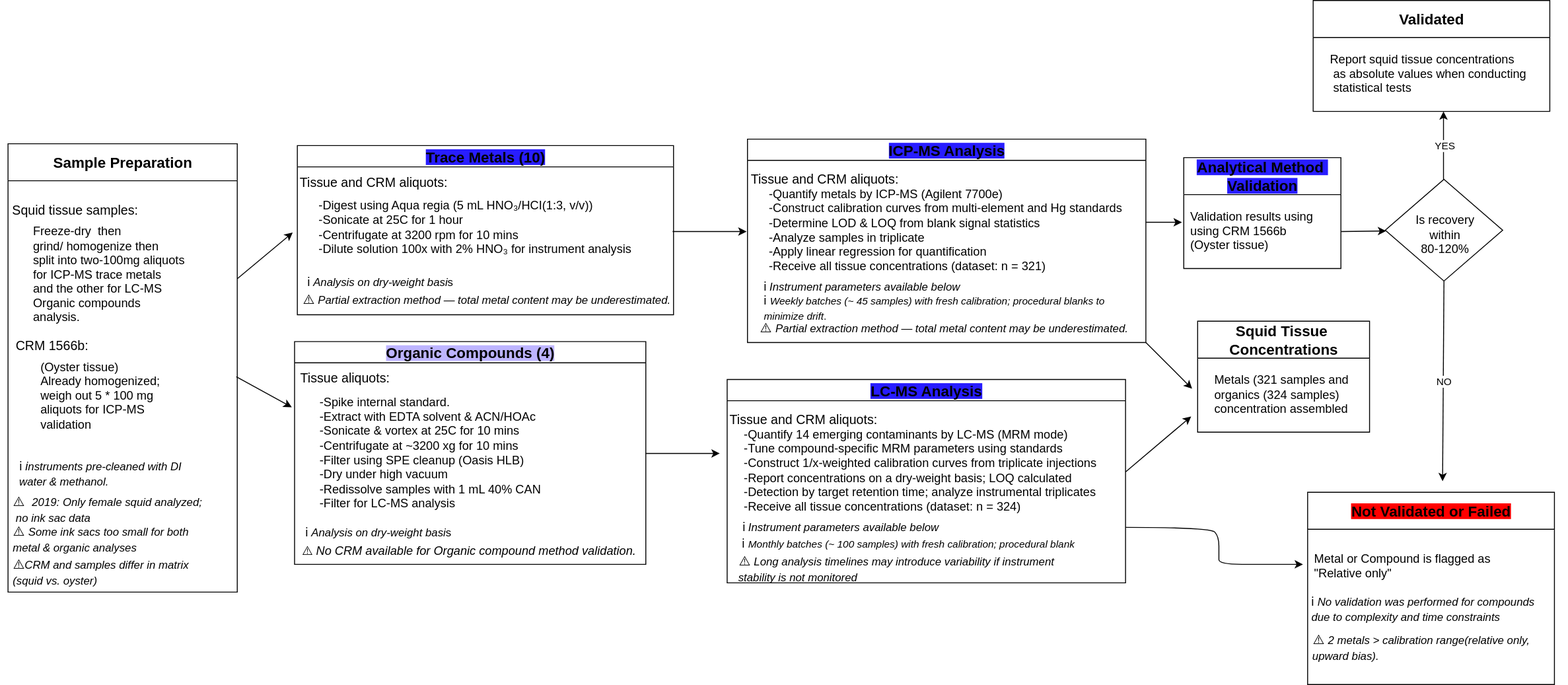
The draw.io diagram docs/Analytical_flowchart.svg in Euchie23/SquidStack, before a commit. Source tidied: cells renumbered, new cells last; positions are measured from the earlier drawing's top-left corner, leaving out a move shared by most shapes.
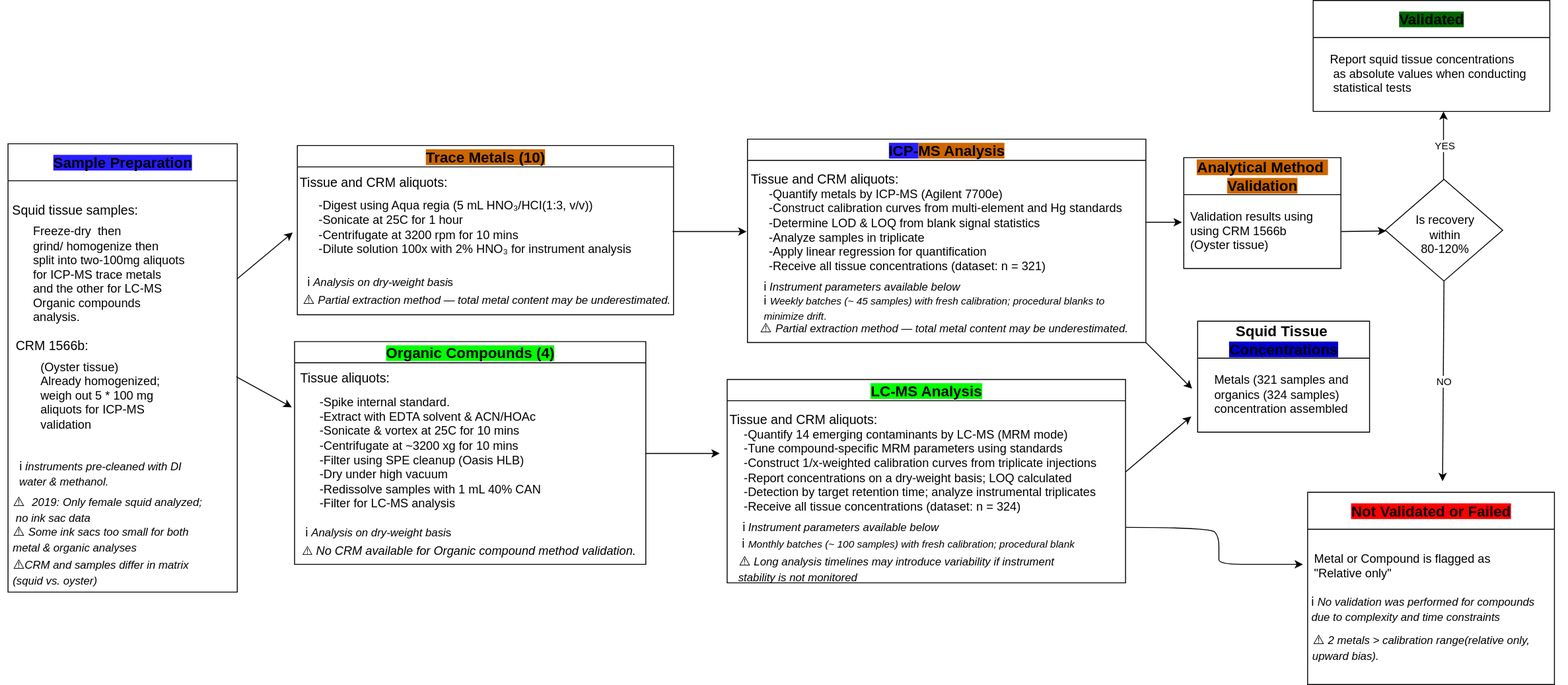
Later version of the same file.

Commit message:
Uploading new Analytical flowchart

What changed in the source:
```diff
@@ -2,7 +2,7 @@
   <root>
     <mxCell id="0" />
     <mxCell id="1" parent="0" />
-    <mxCell id="2" value="&lt;font style=&quot;background-color: light-dark(rgb(255, 255, 255), rgb(40, 29, 255)); font-size: 16px;&quot;&gt;Sample Preparation&lt;/font&gt;" style="swimlane;whiteSpace=wrap;html=1;startSize=40;" parent="1" vertex="1">
+    <mxCell id="2" value="&lt;font style=&quot;font-size: 16px; background-color: light-dark(rgb(40, 29, 255), rgb(40, 29, 255));&quot;&gt;Sample Preparation&lt;/font&gt;" style="swimlane;whiteSpace=wrap;html=1;startSize=40;" parent="1" vertex="1">
       <mxGeometry x="8" y="155" width="248" height="485" as="geometry" />
     </mxCell>
     <mxCell id="3" value="&lt;font&gt;Squid tissue samples:&lt;/font&gt;" style="text;html=1;align=center;verticalAlign=middle;strokeColor=none;fillColor=none;fontSize=14;" parent="2" vertex="1">
@@ -32,7 +32,7 @@
         <mxPoint x="315" y="440" as="targetPoint" />
       </mxGeometry>
     </mxCell>
-    <mxCell id="10" value="&lt;span style=&quot;font-size: 16px; background-color: light-dark(rgb(40, 29, 255), rgb(204, 102, 0));&quot;&gt;Trace Metals (10)&lt;/span&gt;" style="swimlane;whiteSpace=wrap;html=1;" parent="1" vertex="1">
+    <mxCell id="10" value="&lt;span style=&quot;font-size: 16px; background-color: light-dark(rgb(204, 102, 0), rgb(204, 102, 0));&quot;&gt;Trace Metals (10)&lt;/span&gt;" style="swimlane;whiteSpace=wrap;html=1;" parent="1" vertex="1">
       <mxGeometry x="321" y="157" width="407" height="183" as="geometry" />
     </mxCell>
     <mxCell id="11" value="-Digest using Aqua regia (5 mL HNO₃&lt;span style=&quot;background-color: transparent; color: light-dark(rgb(0, 0, 0), rgb(255, 255, 255));&quot;&gt;/HCI(1:3, v/v))&lt;/span&gt;&lt;div&gt;&lt;span style=&quot;background-color: transparent; color: light-dark(rgb(0, 0, 0), rgb(255, 255, 255));&quot;&gt;-Sonicate at 25C for 1 hour&lt;/span&gt;&lt;/div&gt;&lt;div&gt;&lt;span style=&quot;background-color: transparent; color: light-dark(rgb(0, 0, 0), rgb(255, 255, 255));&quot;&gt;-Centrifugate at 3200 rpm for 10 mins&lt;/span&gt;&lt;/div&gt;&lt;div&gt;&lt;span style=&quot;background-color: transparent; color: light-dark(rgb(0, 0, 0), rgb(255, 255, 255));&quot;&gt;-Dilute solution 100x with 2%&amp;nbsp;&lt;/span&gt;&lt;span style=&quot;background-color: transparent; color: light-dark(rgb(0, 0, 0), rgb(255, 255, 255));&quot;&gt;HNO₃ for instrument analysis&lt;/span&gt;&lt;/div&gt;" style="text;html=1;align=left;verticalAlign=middle;strokeColor=none;fillColor=none;fontSize=13;" parent="10" vertex="1">
@@ -41,7 +41,7 @@
     <mxCell id="12" value="&lt;font&gt;ℹ️&amp;nbsp;&lt;/font&gt;&lt;font style=&quot;font-size: 12px;&quot;&gt;&lt;i&gt;&lt;font&gt;Analysis on dry-weight basi&lt;/font&gt;&lt;/i&gt;s&lt;/font&gt;" style="text;html=1;align=center;verticalAlign=middle;strokeColor=none;fillColor=none;fontSize=13;" parent="10" vertex="1">
       <mxGeometry x="-6" y="132" width="190" height="30" as="geometry" />
     </mxCell>
-    <mxCell id="13" value="&lt;span style=&quot;font-size: 16px; background-color: light-dark(rgb(189, 180, 255), rgb(0, 255, 0));&quot;&gt;Organic Compounds (4)&lt;/span&gt;" style="swimlane;whiteSpace=wrap;html=1;" parent="1" vertex="1">
+    <mxCell id="13" value="&lt;span style=&quot;font-size: 16px; background-color: light-dark(rgb(0, 255, 0), rgb(0, 255, 0));&quot;&gt;Organic Compounds (4)&lt;/span&gt;" style="swimlane;whiteSpace=wrap;html=1;" parent="1" vertex="1">
       <mxGeometry x="318" y="369" width="380" height="241" as="geometry" />
     </mxCell>
     <mxCell id="14" value="&lt;font&gt;Tissue and CRM aliquots:&lt;/font&gt;" style="text;html=1;align=center;verticalAlign=middle;strokeColor=none;fillColor=none;fontSize=14;" parent="1" vertex="1">
@@ -68,7 +68,7 @@
         <mxPoint x="807" y="250" as="targetPoint" />
       </mxGeometry>
     </mxCell>
-    <mxCell id="21" value="&lt;span style=&quot;font-size: 16px; background-color: light-dark(rgb(40, 29, 255), rgb(204, 102, 0));&quot;&gt;ICP-MS Analysis&lt;/span&gt;" style="swimlane;whiteSpace=wrap;html=1;" parent="1" vertex="1">
+    <mxCell id="21" value="&lt;span style=&quot;font-size: 16px; background-color: light-dark(rgb(40, 29, 255), rgb(204, 102, 0));&quot;&gt;ICP-&lt;/span&gt;&lt;span style=&quot;font-size: 16px; background-color: light-dark(rgb(204, 102, 0), rgb(204, 102, 0));&quot;&gt;MS Analysis&lt;/span&gt;" style="swimlane;whiteSpace=wrap;html=1;" parent="1" vertex="1">
       <mxGeometry x="808" y="150" width="431" height="220" as="geometry" />
     </mxCell>
     <mxCell id="22" value="&lt;div&gt;&lt;span style=&quot;background-color: transparent; color: light-dark(rgb(0, 0, 0), rgb(255, 255, 255));&quot;&gt;-Quantify metals by ICP-MS (Agilent 7700e)&lt;/span&gt;&lt;/div&gt;&lt;div&gt;&lt;span style=&quot;background-color: transparent; color: light-dark(rgb(0, 0, 0), rgb(255, 255, 255));&quot;&gt;-&lt;/span&gt;&lt;span style=&quot;background-color: transparent; color: light-dark(rgb(0, 0, 0), rgb(255, 255, 255));&quot;&gt;Construct calibration curves from multi-element and Hg standards&lt;/span&gt;&lt;/div&gt;&lt;div&gt;&lt;span style=&quot;background-color: transparent; color: light-dark(rgb(0, 0, 0), rgb(255, 255, 255));&quot;&gt;-&lt;/span&gt;&lt;span style=&quot;background-color: transparent; color: light-dark(rgb(0, 0, 0), rgb(255, 255, 255));&quot;&gt;Determine LOD &amp;amp; LOQ from blank signal statistics&lt;/span&gt;&lt;/div&gt;&lt;div&gt;&lt;span style=&quot;background-color: transparent; color: light-dark(rgb(0, 0, 0), rgb(255, 255, 255));&quot;&gt;-&lt;/span&gt;&lt;span style=&quot;background-color: transparent; color: light-dark(rgb(0, 0, 0), rgb(255, 255, 255));&quot;&gt;Analyze samples in triplicate&lt;/span&gt;&lt;/div&gt;&lt;div&gt;&lt;span style=&quot;background-color: transparent; color: light-dark(rgb(0, 0, 0), rgb(255, 255, 255));&quot;&gt;-&lt;/span&gt;&lt;span style=&quot;background-color: transparent; color: light-dark(rgb(0, 0, 0), rgb(255, 255, 255));&quot;&gt;Apply linear regression for quantification&lt;/span&gt;&lt;/div&gt;&lt;div&gt;&lt;span style=&quot;background-color: transparent; color: light-dark(rgb(0, 0, 0), rgb(255, 255, 255));&quot;&gt;-Receive all tissue concentrations (dataset: n = 321)&lt;/span&gt;&lt;/div&gt;" style="text;html=1;align=left;verticalAlign=middle;strokeColor=none;fillColor=none;fontSize=13;" parent="21" vertex="1">
@@ -89,7 +89,7 @@
     <mxCell id="27" value="&lt;font&gt;ℹ️ &lt;/font&gt;&lt;font style=&quot;font-size: 11px;&quot;&gt;&lt;font style=&quot;&quot;&gt;&lt;i&gt;Weekly batches (~ 45 samples) with fresh calibration; procedural blanks to&amp;nbsp;&lt;/i&gt;&lt;/font&gt;&lt;/font&gt;&lt;div style=&quot;text-align: left;&quot;&gt;&lt;font style=&quot;font-size: 11px;&quot;&gt;&lt;font style=&quot;&quot;&gt;&lt;i&gt;minimize drift&lt;/i&gt;&lt;/font&gt;.&lt;/font&gt;&lt;/div&gt;" style="text;html=1;align=center;verticalAlign=middle;strokeColor=none;fillColor=none;fontSize=13;" parent="1" vertex="1">
       <mxGeometry x="806" y="312" width="410" height="40" as="geometry" />
     </mxCell>
-    <mxCell id="28" value="&lt;span style=&quot;font-size: 16px; background-color: light-dark(rgb(40, 29, 255), rgb(0, 255, 0));&quot;&gt;LC-MS Analysis&lt;/span&gt;" style="swimlane;whiteSpace=wrap;html=1;" parent="1" vertex="1">
+    <mxCell id="28" value="&lt;span style=&quot;font-size: 16px; background-color: light-dark(rgb(0, 255, 0), rgb(0, 255, 0));&quot;&gt;LC-MS Analysis&lt;/span&gt;" style="swimlane;whiteSpace=wrap;html=1;" parent="1" vertex="1">
       <mxGeometry x="786" y="410" width="431" height="220" as="geometry" />
     </mxCell>
     <mxCell id="29" value="&lt;div&gt;&lt;span style=&quot;background-color: transparent; color: light-dark(rgb(0, 0, 0), rgb(255, 255, 255));&quot;&gt;-&lt;/span&gt;&lt;span style=&quot;background-color: transparent; color: light-dark(rgb(0, 0, 0), rgb(255, 255, 255));&quot;&gt;Quantify 14 emerging contaminants by LC-MS (MRM mode)&lt;/span&gt;&lt;/div&gt;&lt;div&gt;&lt;span style=&quot;background-color: transparent; color: light-dark(rgb(0, 0, 0), rgb(255, 255, 255));&quot;&gt;-&lt;/span&gt;&lt;span style=&quot;background-color: transparent; color: light-dark(rgb(0, 0, 0), rgb(255, 255, 255));&quot;&gt;Tune compound-specific MRM parameters using standards&lt;/span&gt;&lt;/div&gt;&lt;div&gt;&lt;span style=&quot;background-color: transparent; color: light-dark(rgb(0, 0, 0), rgb(255, 255, 255));&quot;&gt;-&lt;/span&gt;&lt;span style=&quot;background-color: transparent; color: light-dark(rgb(0, 0, 0), rgb(255, 255, 255));&quot;&gt;Construct 1/x-weighted calibration curves from triplicate injections&lt;/span&gt;&lt;/div&gt;&lt;div&gt;&lt;span style=&quot;background-color: transparent; color: light-dark(rgb(0, 0, 0), rgb(255, 255, 255));&quot;&gt;-&lt;/span&gt;&lt;span style=&quot;background-color: transparent; color: light-dark(rgb(0, 0, 0), rgb(255, 255, 255));&quot;&gt;Report concentrations on a dry-weight basis; LOQ calculated&lt;/span&gt;&lt;/div&gt;&lt;div&gt;&lt;span style=&quot;background-color: transparent; color: light-dark(rgb(0, 0, 0), rgb(255, 255, 255));&quot;&gt;-&lt;/span&gt;&lt;span style=&quot;background-color: transparent; color: light-dark(rgb(0, 0, 0), rgb(255, 255, 255));&quot;&gt;Detection by target retention time; analyze instrumental triplicates&lt;/span&gt;&lt;/div&gt;&lt;div&gt;-Receive all tissue concentrations (dataset: n = 324)&lt;span style=&quot;background-color: transparent; color: light-dark(rgb(0, 0, 0), rgb(255, 255, 255));&quot;&gt;&lt;/span&gt;&lt;/div&gt;" style="text;html=1;align=left;verticalAlign=middle;strokeColor=none;fillColor=none;fontSize=13;" parent="28" vertex="1">
@@ -113,7 +113,7 @@
         <mxPoint x="778" y="490" as="targetPoint" />
       </mxGeometry>
     </mxCell>
-    <mxCell id="35" value="&lt;span style=&quot;font-size: 16px; background-color: light-dark(rgb(255, 255, 255), rgb(0, 0, 204));&quot;&gt;&lt;font style=&quot;&quot;&gt;Squid Tissue&amp;nbsp;&lt;/font&gt;&lt;/span&gt;&lt;div&gt;&lt;span style=&quot;font-size: 16px; background-color: light-dark(rgb(255, 255, 255), rgb(0, 0, 204));&quot;&gt;&lt;font style=&quot;&quot;&gt;Concentrations&lt;/font&gt;&lt;/span&gt;&lt;/div&gt;" style="swimlane;whiteSpace=wrap;html=1;startSize=40;labelBackgroundColor=none;" parent="1" vertex="1">
+    <mxCell id="35" value="&lt;span style=&quot;font-size: 16px; background-color: light-dark(rgb(255, 255, 255), rgb(0, 0, 204));&quot;&gt;&lt;font style=&quot;&quot;&gt;Squid Tissue&amp;nbsp;&lt;/font&gt;&lt;/span&gt;&lt;div&gt;&lt;span style=&quot;font-size: 16px; background-color: light-dark(rgb(0, 0, 204), rgb(0, 0, 204));&quot;&gt;&lt;font style=&quot;&quot;&gt;Concentrations&lt;/font&gt;&lt;/span&gt;&lt;/div&gt;" style="swimlane;whiteSpace=wrap;html=1;startSize=40;labelBackgroundColor=none;" parent="1" vertex="1">
       <mxGeometry x="1295" y="347" width="186" height="120" as="geometry" />
     </mxCell>
     <mxCell id="36" value="&lt;div&gt;Metals (321 samples and&amp;nbsp;&lt;/div&gt;&lt;div&gt;organics (324 samples)&lt;/div&gt;&lt;div&gt;concentration assembled&lt;/div&gt;" style="text;html=1;align=left;verticalAlign=middle;strokeColor=none;fillColor=none;fontSize=13;" parent="35" vertex="1">
@@ -131,7 +131,7 @@
         <mxPoint x="1278" y="240" as="targetPoint" />
       </mxGeometry>
     </mxCell>
-    <mxCell id="40" value="&lt;span style=&quot;font-size: 16px; background-color: light-dark(rgb(40, 29, 255), rgb(204, 102, 0));&quot;&gt;Analytical Method&amp;nbsp;&lt;br&gt;Validation&lt;/span&gt;" style="swimlane;whiteSpace=wrap;html=1;startSize=40;" parent="1" vertex="1">
+    <mxCell id="40" value="&lt;span style=&quot;font-size: 16px; background-color: light-dark(rgb(204, 102, 0), rgb(204, 102, 0));&quot;&gt;Analytical Method&amp;nbsp;&lt;br&gt;Validation&lt;/span&gt;" style="swimlane;whiteSpace=wrap;html=1;startSize=40;" parent="1" vertex="1">
       <mxGeometry x="1280" y="170" width="170" height="120" as="geometry" />
     </mxCell>
     <mxCell id="41" value="Validation results using&amp;nbsp;&lt;br&gt;using CRM 1566b &lt;br&gt;(Oyster tissue)" style="text;html=1;align=left;verticalAlign=middle;strokeColor=none;fillColor=none;fontSize=13;" parent="40" vertex="1">
@@ -174,7 +174,7 @@
     <mxCell id="51" value="YES" style="edgeLabel;html=1;align=center;verticalAlign=middle;" parent="50" vertex="1">
       <mxGeometry relative="1" as="geometry" />
     </mxCell>
-    <mxCell id="52" value="&lt;span style=&quot;font-size: 16px; background-color: light-dark(rgb(255, 255, 255), rgb(0, 102, 0));&quot;&gt;Validated&lt;/span&gt;" style="swimlane;whiteSpace=wrap;html=1;startSize=40;labelBackgroundColor=none;" parent="1" vertex="1">
+    <mxCell id="52" value="&lt;span style=&quot;font-size: 16px; background-color: light-dark(rgb(0, 102, 0), rgb(0, 102, 0));&quot;&gt;Validated&lt;/span&gt;" style="swimlane;whiteSpace=wrap;html=1;startSize=40;labelBackgroundColor=none;" parent="1" vertex="1">
       <mxGeometry x="1420" width="256" height="120" as="geometry" />
     </mxCell>
     <mxCell id="53" value="Report squid tissue concentrations&lt;div&gt;&amp;nbsp;as absolute values when conducting&lt;br&gt;&amp;nbsp;statistical tests&lt;/div&gt;" style="text;html=1;align=left;verticalAlign=middle;strokeColor=none;fillColor=none;fontSize=13;" parent="52" vertex="1">
```
